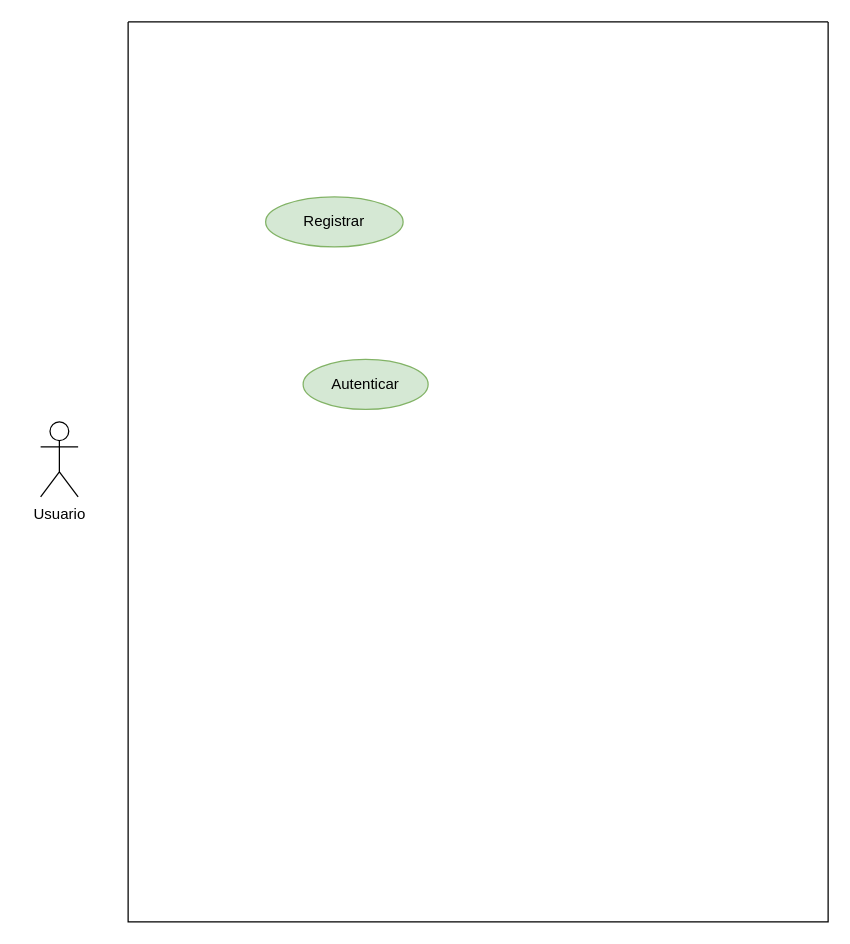
The draw.io diagram doc/diagramas/Descuentra_CU.drawio in samugd17/proyecto-ets, before the edit. Source tidied: cells renumbered, new cells numbered last; positions are measured from the earlier drawing's top-left corner, leaving out a move shared by most shapes. Both pictures are drawn from the tidied source at 125%, with x=0, y=0 at pixel (40, 21).
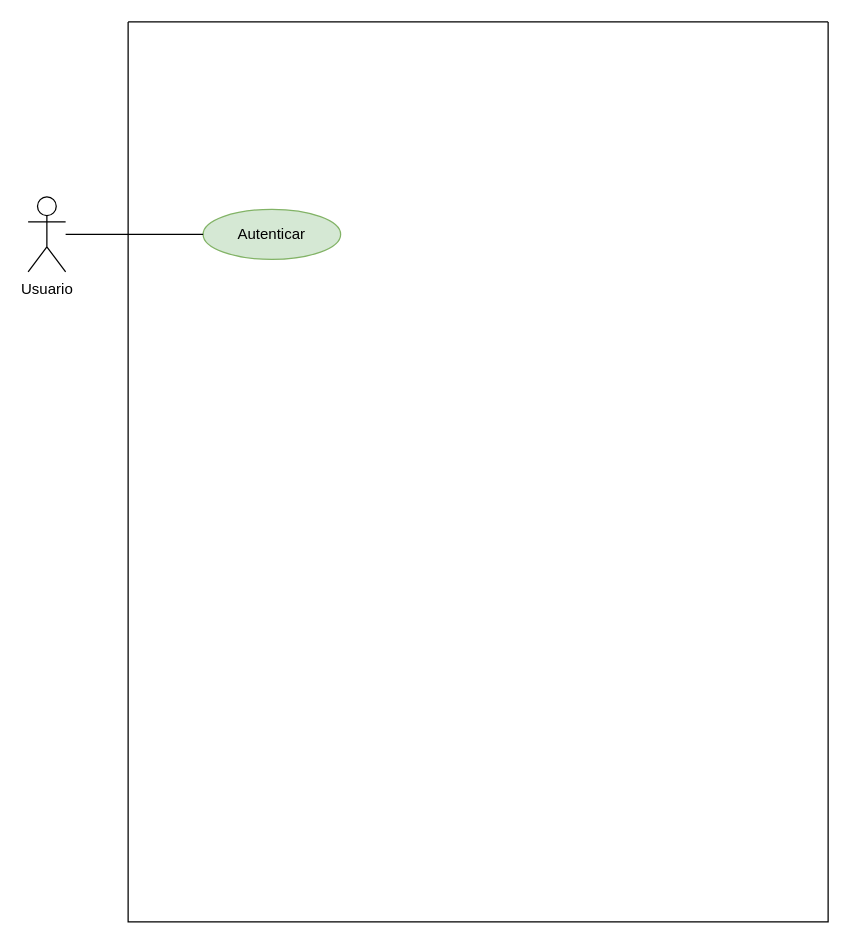
The same diagram, later.

The edit, as a diff of the source:
```diff
@@
 <mxGraphModel>
   <root>
     <mxCell id="0" />
     <mxCell id="1" parent="0" />
     <mxCell id="2" style="swimlane;startSize=0;" parent="1" vertex="1">
       <mxGeometry x="70" width="560" height="720" as="geometry" />
     </mxCell>
-    <mxCell id="3" value="Registrar" style="ellipse;whiteSpace=wrap;html=1;fillColor=#d5e8d4;strokeColor=#82b366;" parent="2" vertex="1">
-      <mxGeometry x="110" y="140" width="110" height="40" as="geometry" />
+    <mxCell id="3" value="Autenticar" style="ellipse;whiteSpace=wrap;html=1;fillColor=#d5e8d4;strokeColor=#82b366;" parent="2" vertex="1">
+      <mxGeometry x="60" y="150" width="110" height="40" as="geometry" />
     </mxCell>
-    <mxCell id="4" value="Autenticar" style="ellipse;whiteSpace=wrap;html=1;fillColor=#d5e8d4;strokeColor=#82b366;" parent="2" vertex="1">
-      <mxGeometry x="140" y="270" width="100" height="40" as="geometry" />
-    </mxCell>
+    <mxCell id="6" style="edgeStyle=orthogonalEdgeStyle;rounded=0;jettySize=auto;html=1;entryX=0;entryY=0.5;entryDx=0;entryDy=0;endArrow=none;endFill=0;" parent="1" edge="1" source="5" target="3">
+      <mxGeometry relative="1" as="geometry" />
+    </mxCell>
     <mxCell id="5" value="&lt;div&gt;Usuario&lt;/div&gt;" style="shape=umlActor;verticalLabelPosition=bottom;verticalAlign=top;html=1;outlineConnect=0;" parent="1" vertex="1">
-      <mxGeometry y="320" width="30" height="60" as="geometry" />
+      <mxGeometry x="-10" y="140" width="30" height="60" as="geometry" />
     </mxCell>
   </root>
 </mxGraphModel>
```
